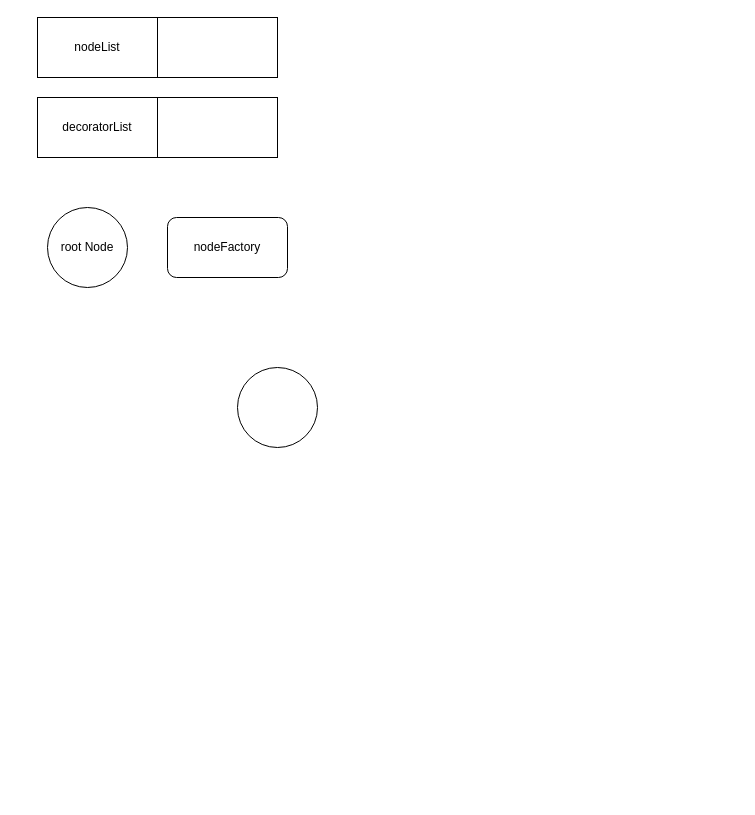
This is AI行为树.drawio from junpfeng/UE, a draw.io file, before an edit. Source tidied: cells renumbered, new cells numbered last; positions are measured from the earlier drawing's top-left corner, leaving out a move shared by most shapes. Both pictures are drawn from the tidied source at 100%, with x=0, y=0 at pixel (37, 17).
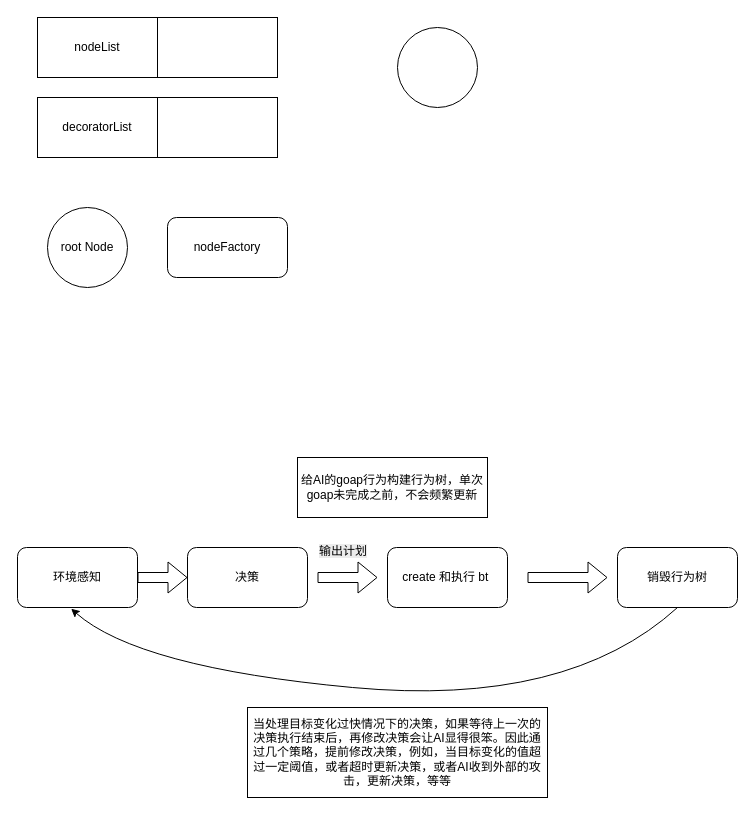
The same diagram, later.

Commit message:
更新AI行为树.drawio

Diff of the diagram source:
```diff
@@
     <mxCell id="8" style="ellipse;whiteSpace=wrap;html=1;" parent="1" vertex="1">
-      <mxGeometry x="200" y="350" width="80" height="80" as="geometry" />
+      <mxGeometry x="360" y="10" width="80" height="80" as="geometry" />
     </mxCell>
+    <mxCell id="9" value="create 和执行 bt&amp;nbsp;" style="rounded=1;whiteSpace=wrap;html=1;" parent="1" vertex="1">
+      <mxGeometry x="350" y="530" width="120" height="60" as="geometry" />
+    </mxCell>
+    <mxCell id="10" value="决策" style="rounded=1;whiteSpace=wrap;html=1;" parent="1" vertex="1">
+      <mxGeometry x="150" y="530" width="120" height="60" as="geometry" />
+    </mxCell>
+    <mxCell id="11" style="shape=flexArrow;endArrow=classic;html=1;rounded=0;entryX=0.5;entryY=1;entryDx=0;entryDy=0;" parent="1" edge="1">
+      <mxGeometry relative="1" as="geometry">
+        <mxPoint x="280" y="560" as="sourcePoint" />
+        <mxPoint x="340" y="560" as="targetPoint" />
+      </mxGeometry>
+    </mxCell>
+    <mxCell id="12" style="shape=flexArrow;endArrow=classic;html=1;rounded=0;" parent="1" edge="1">
+      <mxGeometry relative="1" as="geometry">
+        <mxPoint x="490" y="560" as="sourcePoint" />
+        <mxPoint x="570" y="560" as="targetPoint" />
+      </mxGeometry>
+    </mxCell>
+    <mxCell id="13" value="销毁行为树" style="rounded=1;whiteSpace=wrap;html=1;" parent="1" vertex="1">
+      <mxGeometry x="580" y="530" width="120" height="60" as="geometry" />
+    </mxCell>
+    <mxCell id="14" value="环境感知" style="rounded=1;whiteSpace=wrap;html=1;" parent="1" vertex="1">
+      <mxGeometry x="-20" y="530" width="120" height="60" as="geometry" />
+    </mxCell>
+    <mxCell id="15" style="shape=flexArrow;endArrow=classic;html=1;rounded=0;" parent="1" edge="1">
+      <mxGeometry relative="1" as="geometry">
+        <mxPoint x="100" y="560" as="sourcePoint" />
+        <mxPoint x="150" y="560" as="targetPoint" />
+      </mxGeometry>
+    </mxCell>
+    <mxCell id="16" value="&lt;span style=&quot;color: rgb(0, 0, 0); font-family: Helvetica; font-size: 12px; font-style: normal; font-variant-ligatures: normal; font-variant-caps: normal; font-weight: 400; letter-spacing: normal; orphans: 2; text-align: center; text-indent: 0px; text-transform: none; widows: 2; word-spacing: 0px; -webkit-text-stroke-width: 0px; white-space: normal; background-color: rgb(236, 236, 236); text-decoration-thickness: initial; text-decoration-style: initial; text-decoration-color: initial; display: inline !important; float: none;&quot;&gt;输出计划&lt;/span&gt;" style="text;whiteSpace=wrap;html=1;" parent="1" vertex="1">
+      <mxGeometry x="280" y="520" width="50" height="20" as="geometry" />
+    </mxCell>
+    <mxCell id="17" style="curved=1;endArrow=classic;html=1;rounded=0;exitX=0.5;exitY=1;exitDx=0;exitDy=0;entryX=0.447;entryY=1.02;entryDx=0;entryDy=0;entryPerimeter=0;" parent="1" edge="1" source="13" target="14">
+      <mxGeometry relative="1" as="geometry">
+        <Array as="points">
+          <mxPoint x="530" y="690" />
+          <mxPoint x="100" y="650" />
+        </Array>
+      </mxGeometry>
+    </mxCell>
+    <mxCell id="18" value="给AI的goap行为构建行为树，单次goap未完成之前，不会频繁更新" style="rounded=0;whiteSpace=wrap;html=1;" parent="1" vertex="1">
+      <mxGeometry x="260" y="440" width="190" height="60" as="geometry" />
+    </mxCell>
+    <mxCell id="19" value="当处理目标变化过快情况下的决策，如果等待上一次的决策执行结束后，再修改决策会让AI显得很笨。因此通过几个策略，提前修改决策，例如，当目标变化的值超过一定阈值，或者超时更新决策，或者AI收到外部的攻击，更新决策，等等" style="rounded=0;whiteSpace=wrap;html=1;" parent="1" vertex="1">
+      <mxGeometry x="210" y="690" width="300" height="90" as="geometry" />
+    </mxCell>
```
